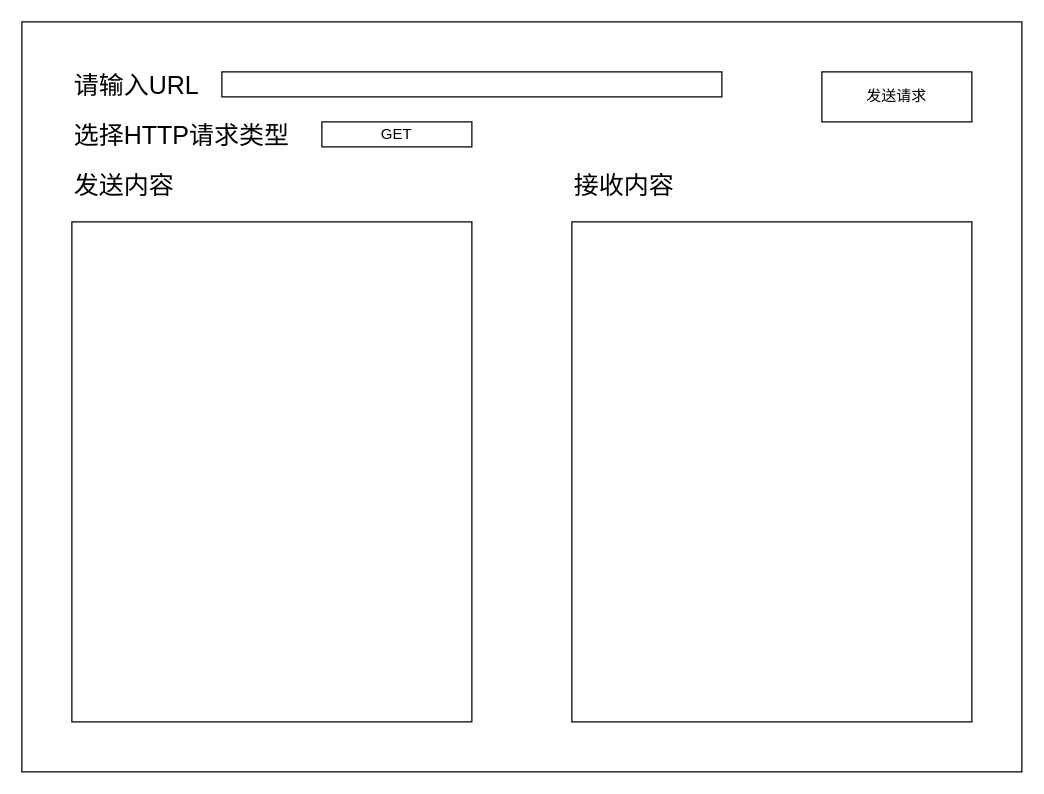
Above: layout.drawio in PluseLin/http-helper (draw.io), before the change. Source tidied: cells renumbered, new cells numbered last; positions are measured from the earlier drawing's top-left corner, leaving out a move shared by most shapes. Both pictures are drawn from the tidied source at 125%, with x=0, y=0 at pixel (21, 21).
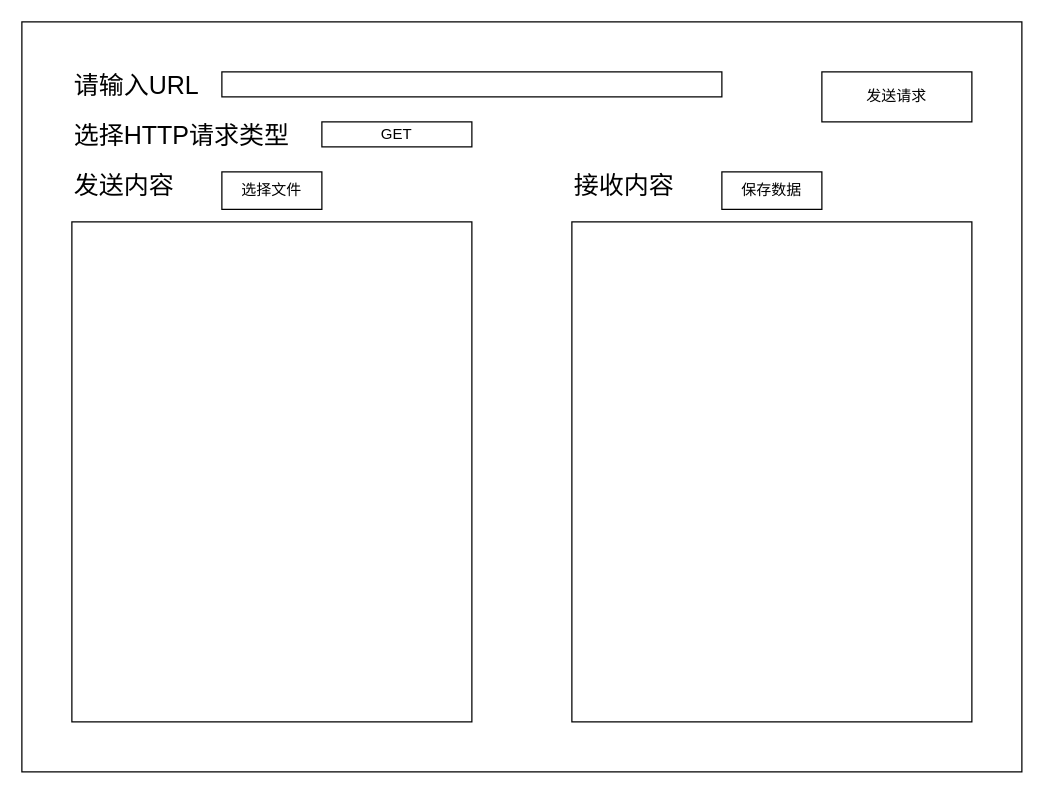
The same page after the edit.

Change to the diagram source:
```diff
@@
 <mxGraphModel>
   <root>
     <mxCell id="0" />
     <mxCell id="1" parent="0" />
     <mxCell id="2" style="rounded=0;whiteSpace=wrap;html=1;fillColor=none;" parent="1" vertex="1">
       <mxGeometry width="800" height="600" as="geometry" />
     </mxCell>
     <mxCell id="3" value="GET" style="rounded=0;whiteSpace=wrap;html=1;fillColor=none;" parent="1" vertex="1">
       <mxGeometry x="240" y="80" width="120" height="20" as="geometry" />
     </mxCell>
     <mxCell id="4" value="发送请求" style="rounded=0;whiteSpace=wrap;html=1;fillColor=none;" parent="1" vertex="1">
       <mxGeometry x="640" y="40" width="120" height="40" as="geometry" />
     </mxCell>
     <mxCell id="5" style="rounded=0;whiteSpace=wrap;html=1;fillColor=none;imageWidth=24;" parent="1" vertex="1">
       <mxGeometry x="40" y="160" width="320" height="400" as="geometry" />
     </mxCell>
     <mxCell id="6" style="rounded=0;whiteSpace=wrap;html=1;fillColor=none;" parent="1" vertex="1">
       <mxGeometry x="440" y="160" width="320" height="400" as="geometry" />
     </mxCell>
     <mxCell id="7" value="&lt;font style=&quot;font-size: 20px&quot;&gt;发送内容&lt;/font&gt;" style="text;html=1;align=left;verticalAlign=middle;strokeColor=none;fillColor=none;" parent="1" vertex="1">
       <mxGeometry x="40" y="120" width="100" height="20" as="geometry" />
     </mxCell>
     <mxCell id="8" value="&lt;span style=&quot;font-size: 20px&quot;&gt;接收内容&lt;/span&gt;" style="text;html=1;align=left;verticalAlign=middle;strokeColor=none;fillColor=none;" parent="1" vertex="1">
       <mxGeometry x="440" y="120" width="100" height="20" as="geometry" />
     </mxCell>
     <mxCell id="9" value="&lt;font style=&quot;font-size: 20px&quot;&gt;选择HTTP请求类型&lt;/font&gt;" style="text;html=1;align=left;verticalAlign=middle;strokeColor=none;fillColor=none;" parent="1" vertex="1">
       <mxGeometry x="40" y="80" width="190" height="20" as="geometry" />
     </mxCell>
     <mxCell id="10" value="&lt;font style=&quot;font-size: 20px&quot;&gt;请输入URL&lt;/font&gt;" style="text;html=1;align=left;verticalAlign=middle;strokeColor=none;fillColor=none;" parent="1" vertex="1">
       <mxGeometry x="40" y="40" width="120" height="20" as="geometry" />
     </mxCell>
     <mxCell id="11" style="rounded=0;whiteSpace=wrap;html=1;fontSize=20;fillColor=none;" parent="1" vertex="1">
       <mxGeometry x="160" y="40" width="400" height="20" as="geometry" />
     </mxCell>
+    <mxCell id="12" value="选择文件" style="rounded=0;whiteSpace=wrap;html=1;fillColor=none;" parent="1" vertex="1">
+      <mxGeometry x="160" y="120" width="80" height="30" as="geometry" />
+    </mxCell>
+    <mxCell id="13" value="保存数据" style="rounded=0;whiteSpace=wrap;html=1;fillColor=none;" parent="1" vertex="1">
+      <mxGeometry x="560" y="120" width="80" height="30" as="geometry" />
+    </mxCell>
   </root>
 </mxGraphModel>
```
